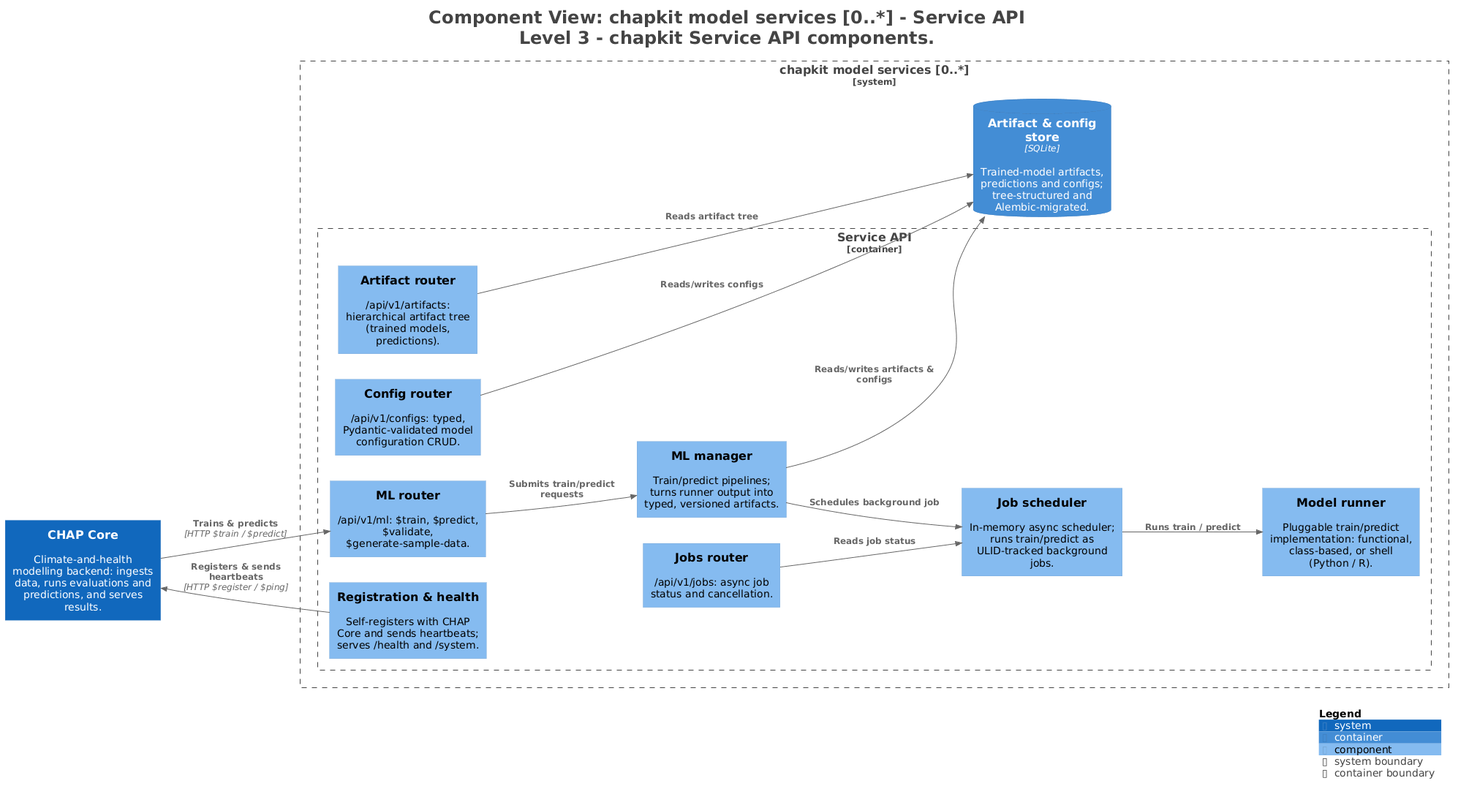
Before: architecture/diagrams/plantuml/L3_ChapkitService.png, a diagram exported from PlantUML (dhis2-chap/chap-core).
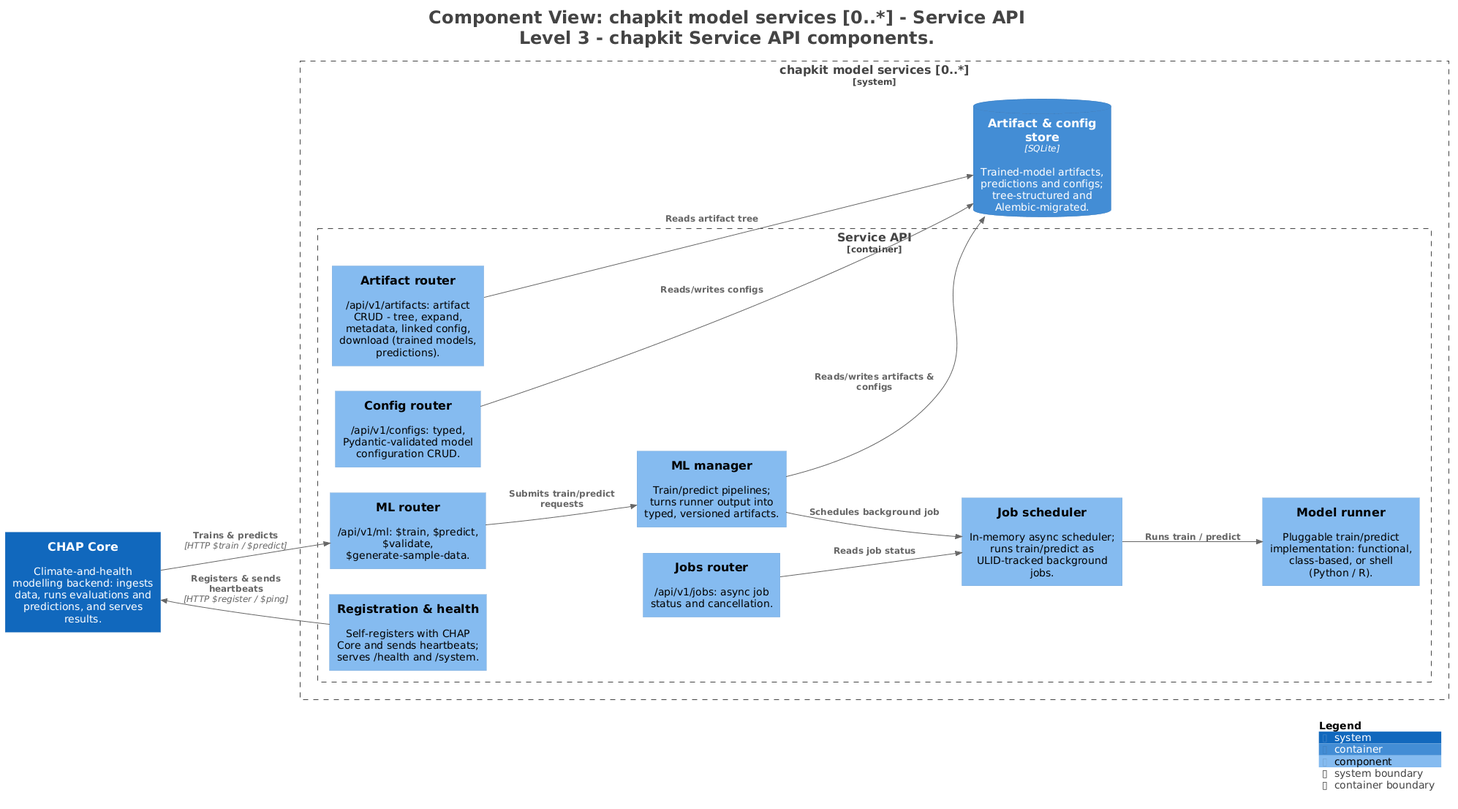
The same file after the commit.

Commit message:
chore(architecture): broaden chapkit artifact router description

Diff of the diagram source:
```diff
@@ -23,7 +23,7 @@
     Component(chapkitmodelservices0.ServiceAPI.Registrationhealth, "Registration & health", $techn="", $descr="Self-registers with CHAP Core and sends heartbeats; serves /health and /system.", $tags="", $link="")
     Component(chapkitmodelservices0.ServiceAPI.MLrouter, "ML router", $techn="", $descr="/api/v1/ml: $train, $predict, $validate, $generate-sample-data.", $tags="", $link="")
     Component(chapkitmodelservices0.ServiceAPI.Configrouter, "Config router", $techn="", $descr="/api/v1/configs: typed, Pydantic-validated model configuration CRUD.", $tags="", $link="")
-    Component(chapkitmodelservices0.ServiceAPI.Artifactrouter, "Artifact router", $techn="", $descr="/api/v1/artifacts: hierarchical artifact tree (trained models, predictions).", $tags="", $link="")
+    Component(chapkitmodelservices0.ServiceAPI.Artifactrouter, "Artifact router", $techn="", $descr="/api/v1/artifacts: artifact CRUD - tree, expand, metadata, linked config, download (trained models, predictions).", $tags="", $link="")
     Component(chapkitmodelservices0.ServiceAPI.Jobsrouter, "Jobs router", $techn="", $descr="/api/v1/jobs: async job status and cancellation.", $tags="", $link="")
     Component(chapkitmodelservices0.ServiceAPI.MLmanager, "ML manager", $techn="", $descr="Train/predict pipelines; turns runner output into typed, versioned artifacts.", $tags="", $link="")
     Component(chapkitmodelservices0.ServiceAPI.Jobscheduler, "Job scheduler", $techn="", $descr="In-memory async scheduler; runs train/predict as ULID-tracked background jobs.", $tags="", $link="")
```
